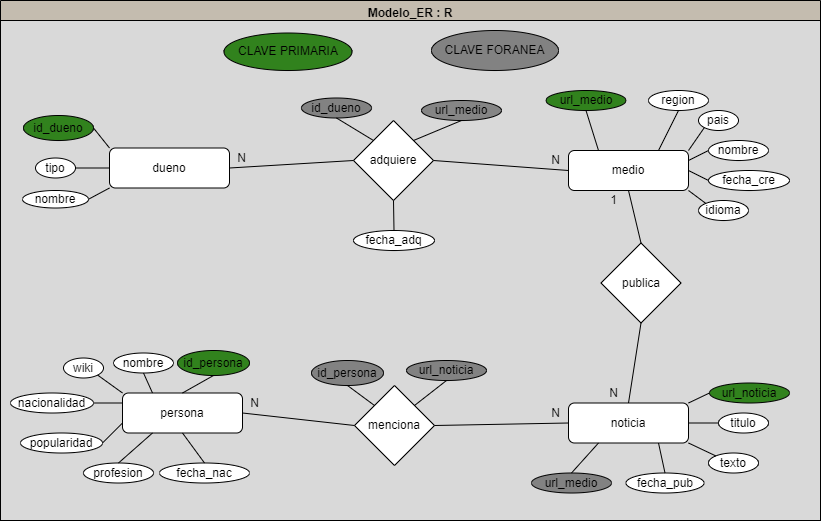
Earlier version of the draw.io export modelo_ER.png (DieggoAn/Proyecto-INFO133-Region-III). Source tidied: cells renumbered, new cells last; positions are measured from the earlier drawing's top-left corner, leaving out a move shared by most shapes.
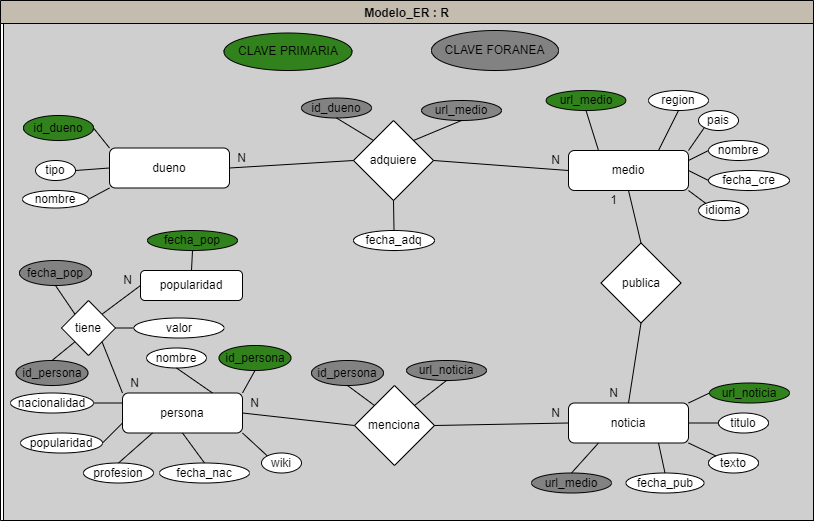
The same file after the commit.

Diff of the diagram source:
```diff
@@ -2,12 +2,12 @@
   <root>
     <mxCell id="0" />
     <mxCell id="1" parent="0" />
+    <mxCell id="77" style="rounded=0;whiteSpace=wrap;html=1;fillColor=#CFCFCF;" parent="1" vertex="1">
+      <mxGeometry x="3" y="20" width="810" height="500" as="geometry" />
+    </mxCell>
     <mxCell id="2" value="Modelo_ER : R" style="swimlane;fillColor=#C4BCAF;" parent="1" vertex="1">
-      <mxGeometry width="820" height="520" as="geometry" />
+      <mxGeometry width="813" height="520" as="geometry" />
     </mxCell>
-    <mxCell id="3" style="rounded=0;whiteSpace=wrap;html=1;fillColor=#D9D9D9;" parent="2" vertex="1">
-      <mxGeometry y="20" width="820" height="500" as="geometry" />
-    </mxCell>
     <mxCell id="4" value="id_dueno" style="ellipse;whiteSpace=wrap;html=1;fillColor=#31821D;" parent="2" vertex="1">
       <mxGeometry x="23" y="115" width="70" height="25" as="geometry" />
     </mxCell>
@@ -18,7 +18,7 @@
       <mxGeometry x="301" y="97.5" width="70" height="20" as="geometry" />
     </mxCell>
     <mxCell id="7" value="tipo" style="ellipse;whiteSpace=wrap;html=1;" parent="2" vertex="1">
-      <mxGeometry x="35" y="157.5" width="40" height="20" as="geometry" />
+      <mxGeometry x="35" y="160" width="40" height="20" as="geometry" />
     </mxCell>
     <mxCell id="8" value="nombre" style="ellipse;whiteSpace=wrap;html=1;fillColor=#FFFFFF;" parent="2" vertex="1">
       <mxGeometry x="22" y="190" width="66" height="17.5" as="geometry" />
@@ -144,13 +144,13 @@
       <mxGeometry x="543" y="402.5" width="25" height="20" as="geometry" />
     </mxCell>
     <mxCell id="49" value="wiki" style="ellipse;whiteSpace=wrap;html=1;" parent="2" vertex="1">
-      <mxGeometry x="63" y="357.5" width="40" height="20" as="geometry" />
+      <mxGeometry x="261" y="452.5" width="40" height="20" as="geometry" />
     </mxCell>
     <mxCell id="50" value="nombre" style="ellipse;whiteSpace=wrap;html=1;" parent="2" vertex="1">
-      <mxGeometry x="113" y="352.5" width="60" height="20" as="geometry" />
+      <mxGeometry x="146" y="347.5" width="60" height="20" as="geometry" />
     </mxCell>
     <mxCell id="51" value="id_persona" style="ellipse;whiteSpace=wrap;html=1;fillColor=#31821D;" parent="2" vertex="1">
-      <mxGeometry x="177" y="350" width="72" height="25" as="geometry" />
+      <mxGeometry x="218.5" y="345" width="72" height="25" as="geometry" />
     </mxCell>
     <mxCell id="52" value="profesion" style="ellipse;whiteSpace=wrap;html=1;" parent="2" vertex="1">
       <mxGeometry x="83" y="462.5" width="70" height="20" as="geometry" />
@@ -173,10 +173,10 @@
     <mxCell id="58" style="endArrow=none;html=1;exitX=0;exitY=0.5;exitDx=0;exitDy=0;entryX=1;entryY=0.5;entryDx=0;entryDy=0;" parent="2" edge="1" source="57" target="56">
       <mxGeometry relative="1" as="geometry" />
     </mxCell>
-    <mxCell id="59" style="endArrow=none;html=1;exitX=0.5;exitY=1;exitDx=0;exitDy=0;entryX=0.25;entryY=0;entryDx=0;entryDy=0;" parent="2" edge="1" source="50" target="56">
+    <mxCell id="59" style="endArrow=none;html=1;entryX=0.75;entryY=0;entryDx=0;entryDy=0;exitX=0.5;exitY=1;exitDx=0;exitDy=0;" parent="2" edge="1" source="50" target="56">
       <mxGeometry relative="1" as="geometry" />
     </mxCell>
-    <mxCell id="60" style="endArrow=none;html=1;exitX=1;exitY=1;exitDx=0;exitDy=0;entryX=0;entryY=0;entryDx=0;entryDy=0;" parent="2" edge="1" source="49" target="56">
+    <mxCell id="60" style="endArrow=none;html=1;entryX=1;entryY=1;entryDx=0;entryDy=0;exitX=0;exitY=0;exitDx=0;exitDy=0;" parent="2" edge="1" source="49" target="56">
       <mxGeometry relative="1" as="geometry" />
     </mxCell>
     <mxCell id="61" style="endArrow=none;html=1;exitX=0.25;exitY=1;exitDx=0;exitDy=0;entryX=0.5;entryY=0;entryDx=0;entryDy=0;" parent="2" edge="1" source="56" target="52">
@@ -203,7 +203,7 @@
     <mxCell id="68" style="endArrow=none;html=1;exitX=1;exitY=0.5;exitDx=0;exitDy=0;entryX=0;entryY=0.5;entryDx=0;entryDy=0;" parent="2" edge="1" source="57" target="13">
       <mxGeometry relative="1" as="geometry" />
     </mxCell>
-    <mxCell id="69" style="endArrow=none;html=1;exitX=0.5;exitY=0;exitDx=0;exitDy=0;entryX=0.5;entryY=1;entryDx=0;entryDy=0;" parent="2" edge="1" source="56" target="51">
+    <mxCell id="69" style="endArrow=none;html=1;entryX=0.5;entryY=1;entryDx=0;entryDy=0;exitX=1;exitY=0;exitDx=0;exitDy=0;" parent="2" edge="1" source="56" target="51">
       <mxGeometry relative="1" as="geometry" />
     </mxCell>
     <mxCell id="70" style="endArrow=none;html=1;entryX=0.75;entryY=1;entryDx=0;entryDy=0;exitX=0.5;exitY=0;exitDx=0;exitDy=0;" parent="2" edge="1" source="47" target="13">
@@ -227,5 +227,47 @@
     <mxCell id="76" style="endArrow=none;html=1;entryX=0.5;entryY=0;entryDx=0;entryDy=0;exitX=0.5;exitY=1;exitDx=0;exitDy=0;" parent="2" edge="1" source="42" target="75">
       <mxGeometry relative="1" as="geometry" />
     </mxCell>
+    <mxCell id="3" value="tiene" style="rhombus;whiteSpace=wrap;html=1;" parent="2" vertex="1">
+      <mxGeometry x="61" y="300" width="54" height="55" as="geometry" />
+    </mxCell>
+    <mxCell id="78" style="endArrow=none;html=1;exitX=0;exitY=0;exitDx=0;exitDy=0;entryX=1;entryY=1;entryDx=0;entryDy=0;" parent="2" edge="1" source="56" target="3">
+      <mxGeometry relative="1" as="geometry" />
+    </mxCell>
+    <mxCell id="79" value="popularidad" style="rounded=1;whiteSpace=wrap;html=1;" parent="2" vertex="1">
+      <mxGeometry x="140" y="270" width="102" height="30" as="geometry" />
+    </mxCell>
+    <mxCell id="80" value="fecha_pop" style="ellipse;whiteSpace=wrap;html=1;fillColor=#31821D;" parent="2" vertex="1">
+      <mxGeometry x="147" y="230" width="90" height="20" as="geometry" />
+    </mxCell>
+    <mxCell id="81" style="endArrow=none;html=1;entryX=0.5;entryY=1;entryDx=0;entryDy=0;exitX=0.5;exitY=0;exitDx=0;exitDy=0;" parent="2" edge="1" source="79" target="80">
+      <mxGeometry relative="1" as="geometry" />
+    </mxCell>
+    <mxCell id="82" style="endArrow=none;html=1;exitX=1;exitY=0;exitDx=0;exitDy=0;entryX=0;entryY=0.5;entryDx=0;entryDy=0;" parent="2" edge="1" source="3" target="79">
+      <mxGeometry relative="1" as="geometry" />
+    </mxCell>
+    <mxCell id="83" value="valor" style="ellipse;whiteSpace=wrap;html=1;" parent="2" vertex="1">
+      <mxGeometry x="133.5" y="317.5" width="90" height="20" as="geometry" />
+    </mxCell>
+    <mxCell id="84" style="endArrow=none;html=1;exitX=1;exitY=0.5;exitDx=0;exitDy=0;entryX=0;entryY=0.5;entryDx=0;entryDy=0;" parent="2" edge="1" source="3" target="83">
+      <mxGeometry relative="1" as="geometry" />
+    </mxCell>
+    <mxCell id="85" value="N" style="text;html=1;strokeColor=none;fillColor=none;align=center;verticalAlign=middle;whiteSpace=wrap;rounded=0;" parent="2" vertex="1">
+      <mxGeometry x="115" y="270" width="25" height="20" as="geometry" />
+    </mxCell>
+    <mxCell id="86" value="N" style="text;html=1;strokeColor=none;fillColor=none;align=center;verticalAlign=middle;whiteSpace=wrap;rounded=0;" parent="2" vertex="1">
+      <mxGeometry x="122" y="372.5" width="25" height="20" as="geometry" />
+    </mxCell>
+    <mxCell id="87" value="id_persona" style="ellipse;whiteSpace=wrap;html=1;fillColor=#828282;" parent="2" vertex="1">
+      <mxGeometry x="15.5" y="360" width="72" height="25" as="geometry" />
+    </mxCell>
+    <mxCell id="88" style="endArrow=none;html=1;exitX=0;exitY=1;exitDx=0;exitDy=0;entryX=0.5;entryY=0;entryDx=0;entryDy=0;" parent="2" edge="1" source="3" target="87">
+      <mxGeometry relative="1" as="geometry" />
+    </mxCell>
+    <mxCell id="89" value="fecha_pop" style="ellipse;whiteSpace=wrap;html=1;fillColor=#828282;" parent="2" vertex="1">
+      <mxGeometry x="19" y="260" width="72" height="25" as="geometry" />
+    </mxCell>
+    <mxCell id="90" style="endArrow=none;html=1;exitX=0;exitY=0;exitDx=0;exitDy=0;entryX=0.5;entryY=1;entryDx=0;entryDy=0;" parent="2" edge="1" source="3" target="89">
+      <mxGeometry relative="1" as="geometry" />
+    </mxCell>
   </root>
 </mxGraphModel>
```
